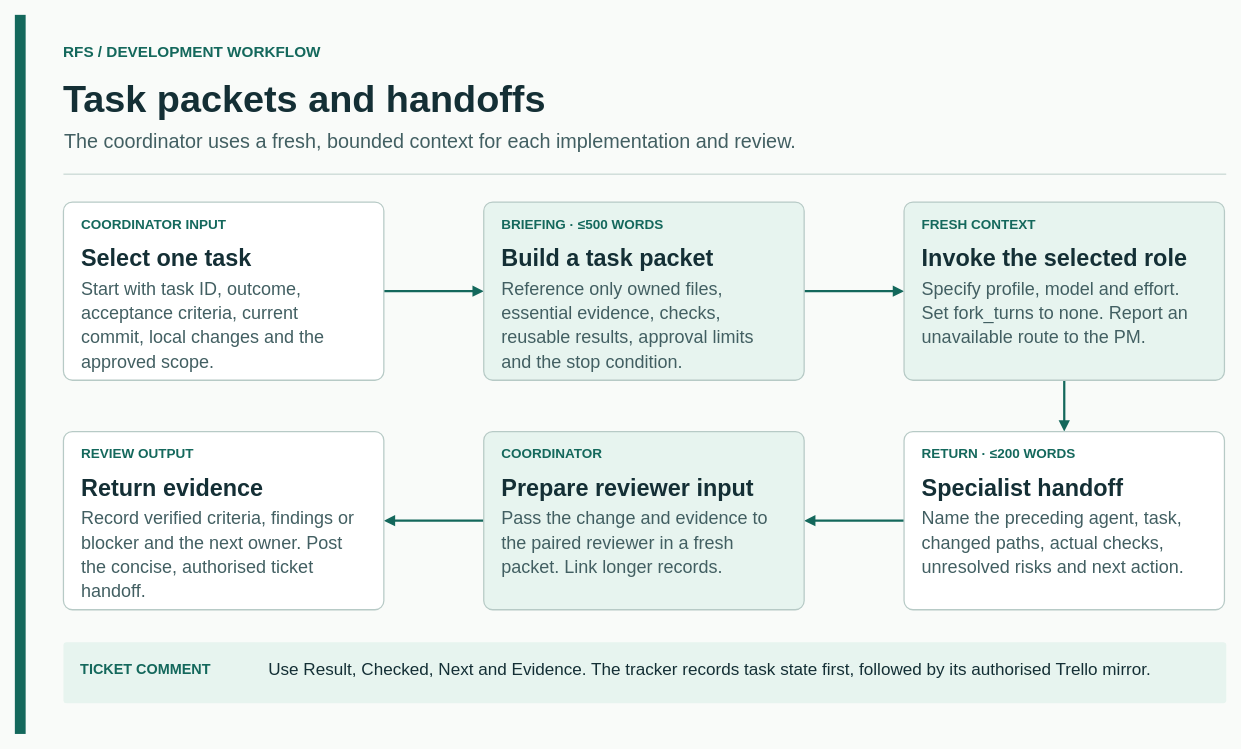
vale2015/Dissertation keeps this draw.io diagram as docs/diagrams/agentic/context-handoff.drawio. Above is the earlier version. Source tidied: cells renumbered, new cells numbered last; positions are measured from the earlier drawing's top-left corner, leaving out a move shared by most shapes. Both pictures are drawn from the tidied source at 90%, with x=0, y=0 at pixel (14, 14).
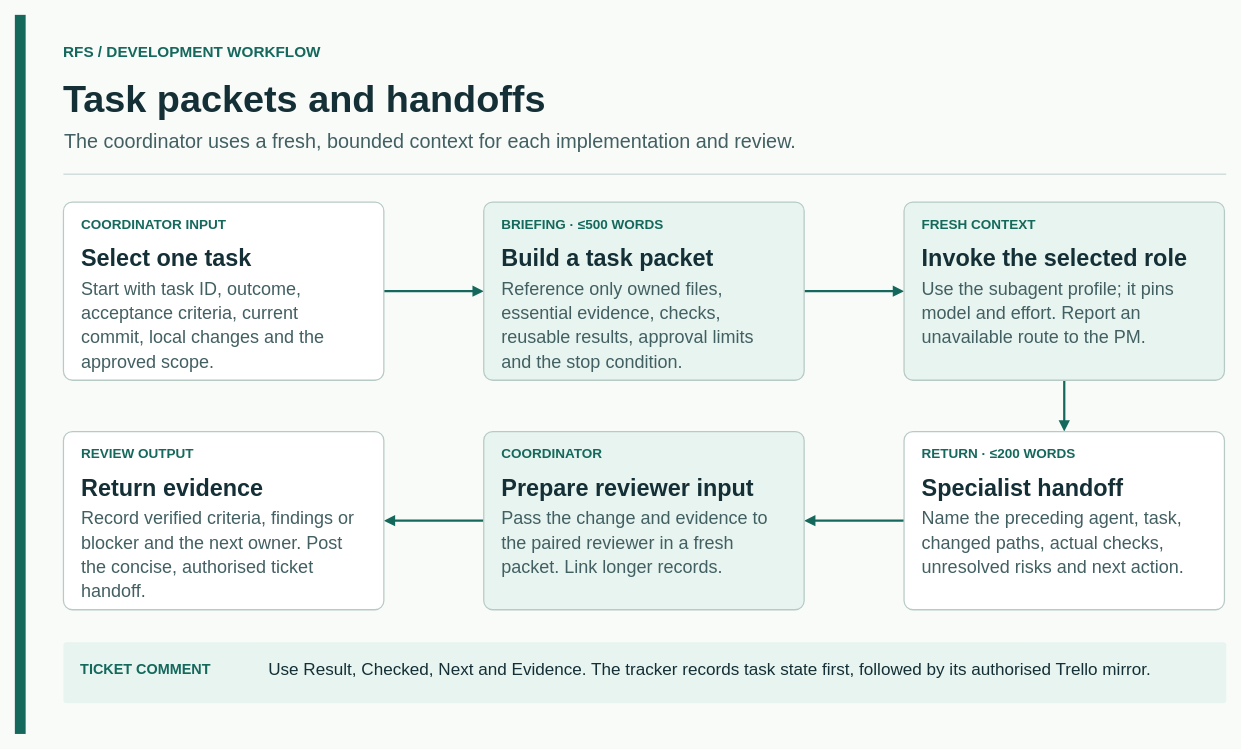
Above is the later version.

The change refers to these unchanged cells:
```xml
<mxCell id="29" style="group;" parent="1" vertex="1">
  <mxGeometry x="988" y="208" width="356" height="198" as="geometry" />
</mxCell>
```

Diff of the diagram source:
```diff
@@
-    <mxCell id="33" value="Specify profile, model and effort." style="text;html=0;whiteSpace=nowrap;overflow=visible;strokeColor=none;fillColor=none;align=left;verticalAlign=middle;fontFamily=Arial;fontSize=20;fontColor=#425F62;fontStyle=0;spacing=0;" parent="29" vertex="1">
+    <mxCell id="33" value="Use the subagent profile; it pins" style="text;html=0;whiteSpace=nowrap;overflow=visible;strokeColor=none;fillColor=none;align=left;verticalAlign=middle;fontFamily=Arial;fontSize=20;fontColor=#425F62;fontStyle=0;spacing=0;" parent="29" vertex="1">
       <mxGeometry x="20" y="83" width="316" height="23.2" as="geometry" />
     </mxCell>
-    <mxCell id="34" value="Set fork_turns to none. Report an" style="text;html=0;whiteSpace=nowrap;overflow=visible;strokeColor=none;fillColor=none;align=left;verticalAlign=middle;fontFamily=Arial;fontSize=20;fontColor=#425F62;fontStyle=0;spacing=0;" parent="29" vertex="1">
+    <mxCell id="34" value="model and effort. Report an" style="text;html=0;whiteSpace=nowrap;overflow=visible;strokeColor=none;fillColor=none;align=left;verticalAlign=middle;fontFamily=Arial;fontSize=20;fontColor=#425F62;fontStyle=0;spacing=0;" parent="29" vertex="1">
       <mxGeometry x="20" y="110" width="316" height="23.2" as="geometry" />
     </mxCell>
```
